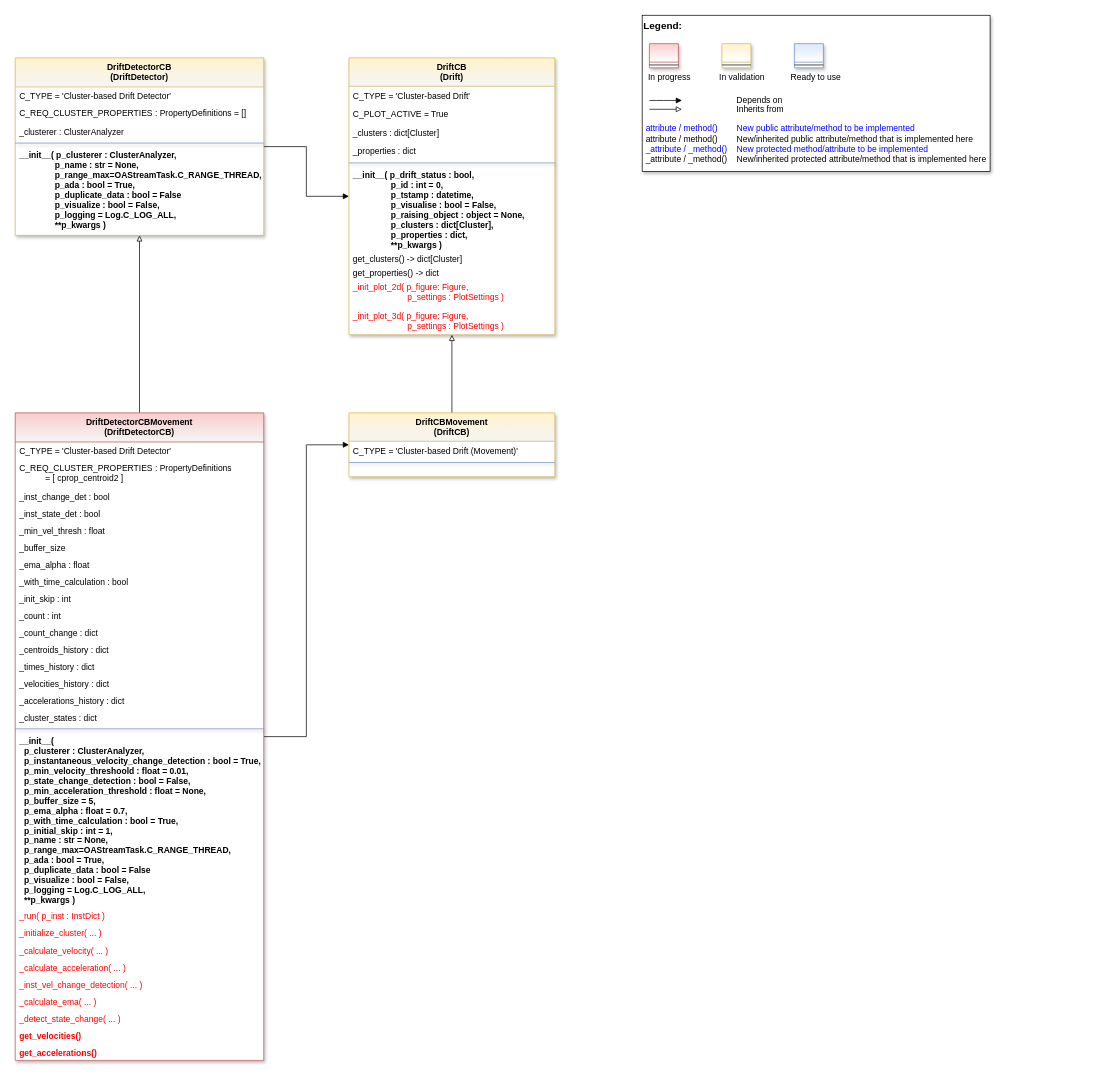
The draw.io diagram doc/rtd/content/99_appendices/appendix2/sub/mlpro_oa/streams/40_drift_detection/20_cluster_based/images/MLPro-OA-CB-Drift-Detectors_class_diagram.drawio in fhswf/MLPro, before the edit. Source tidied: cells renumbered, new cells numbered last; positions are measured from the earlier drawing's top-left corner, leaving out a move shared by most shapes. Both pictures are drawn from the tidied source at 71%, with x=0, y=0 at pixel (15, 15).
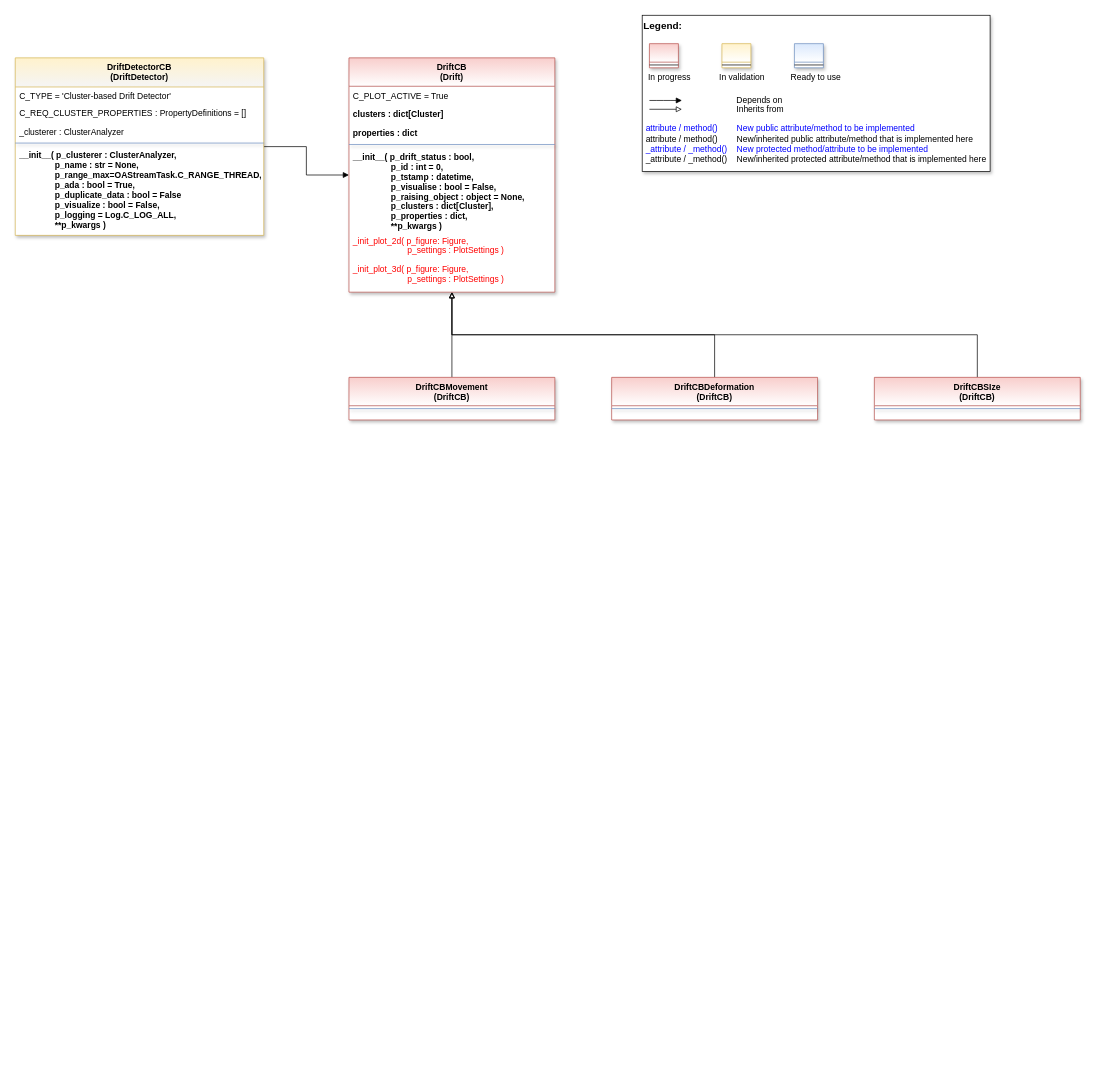
The same page after the edit.

Unchanged cells that the change refers to:
```xml
<mxCell id="13" value="DriftDetectorCB&#10;(DriftDetector)" style="swimlane;align=center;verticalAlign=top;horizontal=1;startSize=41;rounded=0;shadow=1;strokeWidth=1;fillColor=#fff2cc;strokeColor=#d6b656;swimlaneFillColor=#ffffff;gradientColor=#F5F5F5;" parent="1" vertex="1">
  <mxGeometry y="60" width="350" height="250" as="geometry" />
</mxCell>
```

What changed in the source:
```diff
@@
-    <mxCell id="19" value="DriftCB&#10;(Drift)" style="swimlane;fontStyle=1;align=center;verticalAlign=top;horizontal=1;startSize=40;rounded=0;shadow=1;strokeWidth=1;fillColor=#fff2cc;strokeColor=#d6b656;swimlaneFillColor=#ffffff;fontFamily=Helvetica;fontSize=12;gradientColor=#F5F5F5;" parent="1" vertex="1">
-      <mxGeometry x="470" y="60" width="290" height="390" as="geometry" />
+    <mxCell id="19" value="DriftCB&#10;(Drift)" style="swimlane;fontStyle=1;align=center;verticalAlign=top;horizontal=1;startSize=40;rounded=0;shadow=1;strokeWidth=1;fillColor=#f8cecc;strokeColor=#b85450;swimlaneFillColor=#ffffff;fontFamily=Helvetica;fontSize=12;gradientColor=#FFFFFF;" parent="1" vertex="1">
+      <mxGeometry x="470" y="60" width="290" height="330" as="geometry" />
     </mxCell>
-    <mxCell id="20" value="C_TYPE = 'Cluster-based Drift'" style="text;align=left;verticalAlign=top;spacingLeft=4;spacingRight=4;overflow=hidden;" parent="19" vertex="1">
-      <mxGeometry y="40" width="290" height="26" as="geometry" />
-    </mxCell>
     <mxCell id="21" value="C_PLOT_ACTIVE = True" style="text;align=left;verticalAlign=top;spacingLeft=4;spacingRight=4;overflow=hidden;" parent="19" vertex="1">
-      <mxGeometry y="66" width="290" height="26" as="geometry" />
+      <mxGeometry y="40" width="290" height="26" as="geometry" />
     </mxCell>
-    <mxCell id="22" value="_clusters : dict[Cluster]" style="text;align=left;verticalAlign=top;spacingLeft=4;spacingRight=4;overflow=hidden;fontStyle=0;" parent="19" vertex="1">
-      <mxGeometry y="92" width="290" height="26" as="geometry" />
+    <mxCell id="22" value="clusters : dict[Cluster]" style="text;align=left;verticalAlign=top;spacingLeft=4;spacingRight=4;overflow=hidden;fontStyle=1;" parent="19" vertex="1">
+      <mxGeometry y="66" width="290" height="26" as="geometry" />
     </mxCell>
-    <mxCell id="23" value="_properties : dict" style="text;align=left;verticalAlign=top;spacingLeft=4;spacingRight=4;overflow=hidden;fontStyle=0;" parent="19" vertex="1">
-      <mxGeometry y="118" width="290" height="26" as="geometry" />
+    <mxCell id="23" value="properties : dict" style="text;align=left;verticalAlign=top;spacingLeft=4;spacingRight=4;overflow=hidden;fontStyle=1;" parent="19" vertex="1">
+      <mxGeometry y="92" width="290" height="26" as="geometry" />
     </mxCell>
     <mxCell id="24" style="line;html=1;strokeWidth=1;align=center;verticalAlign=top;spacingTop=-1;spacingLeft=3;spacingRight=3;labelPosition=right;rounded=0;shadow=1;strokeColor=#6c8ebf;swimlaneFillColor=#ffffff;fontFamily=Helvetica;fontSize=12;fontColor=default;fontStyle=1;fillColor=#dae8fc;gradientColor=#ffffff;" parent="19" vertex="1">
-      <mxGeometry y="144" width="290" height="8" as="geometry" />
+      <mxGeometry y="118" width="290" height="8" as="geometry" />
     </mxCell>
     <mxCell id="25" value="__init__( p_drift_status : bool,&#10;                p_id : int = 0,&#10;                p_tstamp : datetime,&#10;                p_visualise : bool = False,&#10;                p_raising_object : object = None,&#10;                p_clusters : dict[Cluster],&#10;                p_properties : dict,&#10;                **p_kwargs )" style="text;align=left;verticalAlign=top;spacingLeft=4;spacingRight=4;overflow=hidden;fontStyle=1;" parent="19" vertex="1">
-      <mxGeometry y="152" width="290" height="118" as="geometry" />
+      <mxGeometry y="126" width="290" height="118" as="geometry" />
     </mxCell>
-    <mxCell id="26" value="get_clusters() -&gt; dict[Cluster]" style="text;align=left;verticalAlign=top;spacingLeft=4;spacingRight=4;overflow=hidden;" parent="19" vertex="1">
-      <mxGeometry y="270" width="290" height="20" as="geometry" />
-    </mxCell>
-    <mxCell id="27" value="get_properties() -&gt; dict" style="text;align=left;verticalAlign=top;spacingLeft=4;spacingRight=4;overflow=hidden;" parent="19" vertex="1">
-      <mxGeometry y="290" width="290" height="20" as="geometry" />
-    </mxCell>
     <mxCell id="28" value="_init_plot_2d( p_figure: Figure, &#10;                       p_settings : PlotSettings )" style="text;align=left;verticalAlign=top;spacingLeft=4;spacingRight=4;overflow=hidden;fontColor=#FF0000;" parent="19" vertex="1">
-      <mxGeometry y="310" width="290" height="40" as="geometry" />
+      <mxGeometry y="244" width="290" height="40" as="geometry" />
     </mxCell>
     <mxCell id="29" value="_init_plot_3d( p_figure: Figure, &#10;                       p_settings : PlotSettings )" style="text;align=left;verticalAlign=top;spacingLeft=4;spacingRight=4;overflow=hidden;fontColor=#FF0000;" parent="19" vertex="1">
-      <mxGeometry y="350" width="290" height="40" as="geometry" />
+      <mxGeometry y="284" width="290" height="40" as="geometry" />
     </mxCell>
-    <mxCell id="30" style="edgeStyle=orthogonalEdgeStyle;rounded=0;jettySize=auto;html=1;endArrow=block;endFill=0;" parent="1" edge="1" source="32" target="13">
-      <mxGeometry relative="1" as="geometry" />
-    </mxCell>
-    <mxCell id="31" style="edgeStyle=orthogonalEdgeStyle;rounded=0;jettySize=auto;html=1;endArrow=block;endFill=1;" parent="1" edge="1" source="32" target="61">
-      <mxGeometry relative="1" as="geometry" />
-    </mxCell>
-    <mxCell id="32" value="DriftDetectorCBMovement&#10;(DriftDetectorCB)" style="swimlane;align=center;verticalAlign=top;horizontal=1;startSize=41;rounded=0;shadow=1;strokeWidth=1;fillColor=#f8cecc;strokeColor=#b85450;swimlaneFillColor=#ffffff;gradientColor=#F5F5F5;" parent="1" vertex="1">
-      <mxGeometry y="560" width="350" height="912" as="geometry" />
-    </mxCell>
-    <mxCell id="33" value="C_TYPE = 'Cluster-based Drift Detector'" style="text;align=left;verticalAlign=top;spacingLeft=4;spacingRight=4;overflow=hidden;" parent="32" vertex="1">
-      <mxGeometry y="41" width="350" height="24" as="geometry" />
-    </mxCell>
-    <mxCell id="34" value="C_REQ_CLUSTER_PROPERTIES : PropertyDefinitions &#10;           = [ cprop_centroid2 ]" style="text;align=left;verticalAlign=top;spacingLeft=4;spacingRight=4;overflow=hidden;" parent="32" vertex="1">
-      <mxGeometry y="65" width="350" height="40" as="geometry" />
-    </mxCell>
-    <mxCell id="35" value="_inst_change_det : bool" style="text;align=left;verticalAlign=top;spacingLeft=4;spacingRight=4;overflow=hidden;" parent="32" vertex="1">
-      <mxGeometry y="105" width="350" height="24" as="geometry" />
-    </mxCell>
-    <mxCell id="36" value="_inst_state_det : bool" style="text;align=left;verticalAlign=top;spacingLeft=4;spacingRight=4;overflow=hidden;" parent="32" vertex="1">
-      <mxGeometry y="129" width="350" height="24" as="geometry" />
-    </mxCell>
-    <mxCell id="37" value="_min_vel_thresh : float" style="text;align=left;verticalAlign=top;spacingLeft=4;spacingRight=4;overflow=hidden;" parent="32" vertex="1">
-      <mxGeometry y="153" width="350" height="24" as="geometry" />
-    </mxCell>
-    <mxCell id="38" value="_buffer_size" style="text;align=left;verticalAlign=top;spacingLeft=4;spacingRight=4;overflow=hidden;" parent="32" vertex="1">
-      <mxGeometry y="177" width="350" height="24" as="geometry" />
-    </mxCell>
-    <mxCell id="39" value="_ema_alpha : float" style="text;align=left;verticalAlign=top;spacingLeft=4;spacingRight=4;overflow=hidden;" parent="32" vertex="1">
-      <mxGeometry y="201" width="350" height="24" as="geometry" />
-    </mxCell>
-    <mxCell id="40" value="_with_time_calculation : bool" style="text;align=left;verticalAlign=top;spacingLeft=4;spacingRight=4;overflow=hidden;" parent="32" vertex="1">
-      <mxGeometry y="225" width="350" height="24" as="geometry" />
-    </mxCell>
-    <mxCell id="41" value="_init_skip : int" style="text;align=left;verticalAlign=top;spacingLeft=4;spacingRight=4;overflow=hidden;" parent="32" vertex="1">
-      <mxGeometry y="249" width="350" height="24" as="geometry" />
-    </mxCell>
-    <mxCell id="42" value="_count : int" style="text;align=left;verticalAlign=top;spacingLeft=4;spacingRight=4;overflow=hidden;" parent="32" vertex="1">
-      <mxGeometry y="273" width="350" height="24" as="geometry" />
-    </mxCell>
-    <mxCell id="43" value="_count_change : dict" style="text;align=left;verticalAlign=top;spacingLeft=4;spacingRight=4;overflow=hidden;" parent="32" vertex="1">
-      <mxGeometry y="297" width="350" height="24" as="geometry" />
-    </mxCell>
-    <mxCell id="44" value="_centroids_history : dict" style="text;align=left;verticalAlign=top;spacingLeft=4;spacingRight=4;overflow=hidden;" parent="32" vertex="1">
-      <mxGeometry y="321" width="350" height="24" as="geometry" />
-    </mxCell>
-    <mxCell id="45" value="_times_history : dict" style="text;align=left;verticalAlign=top;spacingLeft=4;spacingRight=4;overflow=hidden;" parent="32" vertex="1">
-      <mxGeometry y="345" width="350" height="24" as="geometry" />
-    </mxCell>
-    <mxCell id="46" value="_velocities_history : dict" style="text;align=left;verticalAlign=top;spacingLeft=4;spacingRight=4;overflow=hidden;" parent="32" vertex="1">
-      <mxGeometry y="369" width="350" height="24" as="geometry" />
-    </mxCell>
-    <mxCell id="47" value="_accelerations_history : dict" style="text;align=left;verticalAlign=top;spacingLeft=4;spacingRight=4;overflow=hidden;" parent="32" vertex="1">
-      <mxGeometry y="393" width="350" height="24" as="geometry" />
-    </mxCell>
-    <mxCell id="48" value="_cluster_states : dict" style="text;align=left;verticalAlign=top;spacingLeft=4;spacingRight=4;overflow=hidden;" parent="32" vertex="1">
-      <mxGeometry y="417" width="350" height="24" as="geometry" />
-    </mxCell>
-    <mxCell id="49" style="line;html=1;strokeWidth=1;align=center;verticalAlign=top;spacingTop=-1;spacingLeft=3;spacingRight=3;labelPosition=right;rounded=0;shadow=1;strokeColor=#6c8ebf;swimlaneFillColor=#ffffff;fontFamily=Helvetica;fontSize=12;fontColor=default;fontStyle=3;fillColor=#dae8fc;gradientColor=#ffffff;" parent="32" vertex="1">
-      <mxGeometry y="441" width="350" height="8" as="geometry" />
-    </mxCell>
-    <mxCell id="50" value="__init__( &#10;  p_clusterer : ClusterAnalyzer,&#10;  p_instantaneous_velocity_change_detection : bool = True,&#10;  p_min_velocity_threshoold : float = 0.01,&#10;  p_state_change_detection : bool = False,&#10;  p_min_acceleration_threshold : float = None,&#10;  p_buffer_size = 5,&#10;  p_ema_alpha : float = 0.7,&#10;  p_with_time_calculation : bool = True,&#10;  p_initial_skip : int = 1,&#10;  p_name : str = None,&#10;  p_range_max=OAStreamTask.C_RANGE_THREAD,&#10;  p_ada : bool = True,&#10;  p_duplicate_data : bool = False&#10;  p_visualize : bool = False,&#10;  p_logging = Log.C_LOG_ALL,&#10;  **p_kwargs )" style="text;align=left;verticalAlign=top;spacingLeft=4;spacingRight=4;overflow=hidden;fontStyle=1;" parent="32" vertex="1">
-      <mxGeometry y="449" width="350" height="247" as="geometry" />
-    </mxCell>
-    <mxCell id="51" value="_run( p_inst : InstDict )" style="text;align=left;verticalAlign=top;spacingLeft=4;spacingRight=4;overflow=hidden;fontColor=#FF0000;" parent="32" vertex="1">
-      <mxGeometry y="696" width="350" height="24" as="geometry" />
-    </mxCell>
-    <mxCell id="52" value="_initialize_cluster( ... )" style="text;align=left;verticalAlign=top;spacingLeft=4;spacingRight=4;overflow=hidden;fontColor=#FF0000;" parent="32" vertex="1">
-      <mxGeometry y="720" width="350" height="24" as="geometry" />
-    </mxCell>
-    <mxCell id="53" value="_calculate_velocity( ... )" style="text;align=left;verticalAlign=top;spacingLeft=4;spacingRight=4;overflow=hidden;fontColor=#FF0000;" parent="32" vertex="1">
-      <mxGeometry y="744" width="350" height="24" as="geometry" />
-    </mxCell>
-    <mxCell id="54" value="_calculate_acceleration( ... )" style="text;align=left;verticalAlign=top;spacingLeft=4;spacingRight=4;overflow=hidden;fontColor=#FF0000;" parent="32" vertex="1">
-      <mxGeometry y="768" width="350" height="24" as="geometry" />
-    </mxCell>
-    <mxCell id="55" value="_inst_vel_change_detection( ... )" style="text;align=left;verticalAlign=top;spacingLeft=4;spacingRight=4;overflow=hidden;fontColor=#FF0000;" parent="32" vertex="1">
-      <mxGeometry y="792" width="350" height="24" as="geometry" />
-    </mxCell>
-    <mxCell id="56" value="_calculate_ema( ... )" style="text;align=left;verticalAlign=top;spacingLeft=4;spacingRight=4;overflow=hidden;fontColor=#FF0000;" parent="32" vertex="1">
-      <mxGeometry y="816" width="350" height="24" as="geometry" />
-    </mxCell>
-    <mxCell id="57" value="_detect_state_change( ... )" style="text;align=left;verticalAlign=top;spacingLeft=4;spacingRight=4;overflow=hidden;fontColor=#FF0000;" parent="32" vertex="1">
-      <mxGeometry y="840" width="350" height="24" as="geometry" />
-    </mxCell>
-    <mxCell id="58" value="get_velocities() " style="text;align=left;verticalAlign=top;spacingLeft=4;spacingRight=4;overflow=hidden;fontColor=#FF0000;fontStyle=1;" parent="32" vertex="1">
-      <mxGeometry y="864" width="350" height="24" as="geometry" />
-    </mxCell>
-    <mxCell id="59" value="get_accelerations()" style="text;align=left;verticalAlign=top;spacingLeft=4;spacingRight=4;overflow=hidden;fontColor=#FF0000;fontStyle=1;" parent="32" vertex="1">
-      <mxGeometry y="888" width="350" height="24" as="geometry" />
-    </mxCell>
@@
-    <mxCell id="61" value="DriftCBMovement&#10;(DriftCB)" style="swimlane;fontStyle=1;align=center;verticalAlign=top;horizontal=1;startSize=40;rounded=0;shadow=1;strokeWidth=1;fillColor=#fff2cc;strokeColor=#d6b656;swimlaneFillColor=#ffffff;fontFamily=Helvetica;fontSize=12;gradientColor=#F5F5F5;" parent="1" vertex="1">
-      <mxGeometry x="470" y="560" width="290" height="90" as="geometry" />
+    <mxCell id="61" value="DriftCBMovement&#10;(DriftCB)" style="swimlane;fontStyle=1;align=center;verticalAlign=top;horizontal=1;startSize=40;rounded=0;shadow=1;strokeWidth=1;fillColor=#f8cecc;strokeColor=#b85450;swimlaneFillColor=#ffffff;fontFamily=Helvetica;fontSize=12;gradientColor=#FFFFFF;" parent="1" vertex="1">
+      <mxGeometry x="470" y="510" width="290" height="60" as="geometry" />
     </mxCell>
-    <mxCell id="62" value="C_TYPE = 'Cluster-based Drift (Movement)'" style="text;align=left;verticalAlign=top;spacingLeft=4;spacingRight=4;overflow=hidden;" parent="61" vertex="1">
-      <mxGeometry y="40" width="290" height="26" as="geometry" />
-    </mxCell>
     <mxCell id="63" style="line;html=1;strokeWidth=1;align=center;verticalAlign=top;spacingTop=-1;spacingLeft=3;spacingRight=3;labelPosition=right;rounded=0;shadow=1;strokeColor=#6c8ebf;swimlaneFillColor=#ffffff;fontFamily=Helvetica;fontSize=12;fontColor=default;fontStyle=1;fillColor=#dae8fc;gradientColor=#ffffff;" parent="61" vertex="1">
-      <mxGeometry y="66" width="290" height="8" as="geometry" />
+      <mxGeometry y="40" width="290" height="8" as="geometry" />
     </mxCell>
+    <mxCell id="64" style="edgeStyle=orthogonalEdgeStyle;rounded=0;jettySize=auto;html=1;endArrow=block;endFill=0;" parent="1" edge="1" source="65" target="19">
+      <mxGeometry relative="1" as="geometry">
+        <Array as="points">
+          <mxPoint x="985" y="450" />
+          <mxPoint x="615" y="450" />
+        </Array>
+      </mxGeometry>
+    </mxCell>
+    <mxCell id="65" value="DriftCBDeformation&#10;(DriftCB)" style="swimlane;fontStyle=1;align=center;verticalAlign=top;horizontal=1;startSize=40;rounded=0;shadow=1;strokeWidth=1;fillColor=#f8cecc;strokeColor=#b85450;swimlaneFillColor=#ffffff;fontFamily=Helvetica;fontSize=12;gradientColor=#FFFFFF;" parent="1" vertex="1">
+      <mxGeometry x="840" y="510" width="290" height="60" as="geometry" />
+    </mxCell>
+    <mxCell id="66" style="line;html=1;strokeWidth=1;align=center;verticalAlign=top;spacingTop=-1;spacingLeft=3;spacingRight=3;labelPosition=right;rounded=0;shadow=1;strokeColor=#6c8ebf;swimlaneFillColor=#ffffff;fontFamily=Helvetica;fontSize=12;fontColor=default;fontStyle=1;fillColor=#dae8fc;gradientColor=#ffffff;" parent="65" vertex="1">
+      <mxGeometry y="40" width="290" height="8" as="geometry" />
+    </mxCell>
+    <mxCell id="67" style="edgeStyle=orthogonalEdgeStyle;rounded=0;jettySize=auto;html=1;endArrow=block;endFill=0;" parent="1" edge="1" source="68" target="19">
+      <mxGeometry relative="1" as="geometry">
+        <Array as="points">
+          <mxPoint x="1355" y="450" />
+          <mxPoint x="615" y="450" />
+        </Array>
+      </mxGeometry>
+    </mxCell>
+    <mxCell id="68" value="DriftCBSIze&#10;(DriftCB)" style="swimlane;fontStyle=1;align=center;verticalAlign=top;horizontal=1;startSize=40;rounded=0;shadow=1;strokeWidth=1;fillColor=#f8cecc;strokeColor=#b85450;swimlaneFillColor=#ffffff;fontFamily=Helvetica;fontSize=12;gradientColor=#FFFFFF;" parent="1" vertex="1">
+      <mxGeometry x="1210" y="510" width="290" height="60" as="geometry" />
+    </mxCell>
+    <mxCell id="69" style="line;html=1;strokeWidth=1;align=center;verticalAlign=top;spacingTop=-1;spacingLeft=3;spacingRight=3;labelPosition=right;rounded=0;shadow=1;strokeColor=#6c8ebf;swimlaneFillColor=#ffffff;fontFamily=Helvetica;fontSize=12;fontColor=default;fontStyle=1;fillColor=#dae8fc;gradientColor=#ffffff;" parent="68" vertex="1">
+      <mxGeometry y="40" width="290" height="8" as="geometry" />
+    </mxCell>
```
